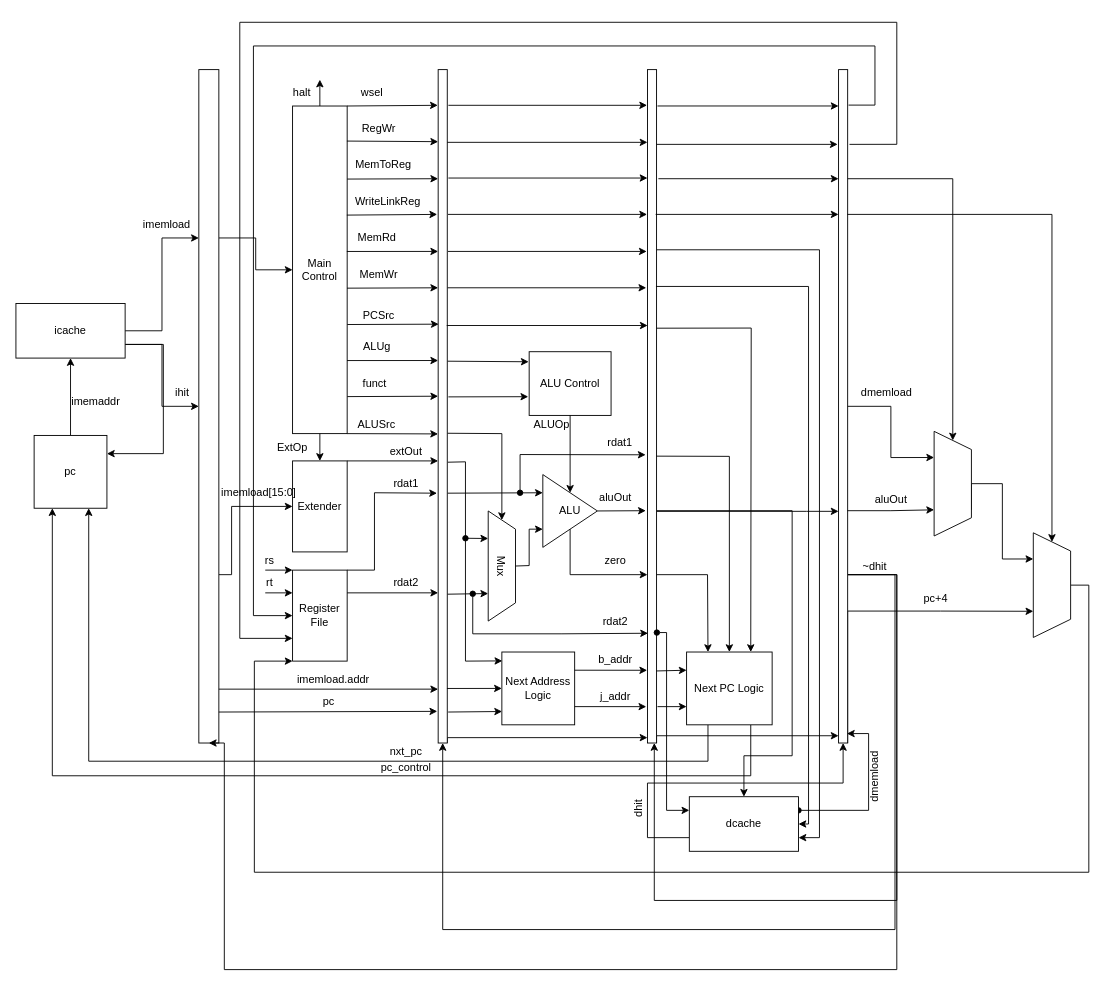
Before: Pipeline.drawio.xml in dsrasheed/ece437, a draw.io diagram. Source tidied: cells renumbered, new cells numbered last; positions are measured from the earlier drawing's top-left corner, leaving out a move shared by most shapes. Both pictures are drawn from the tidied source at 91%, with x=0, y=0 at pixel (15, 22).
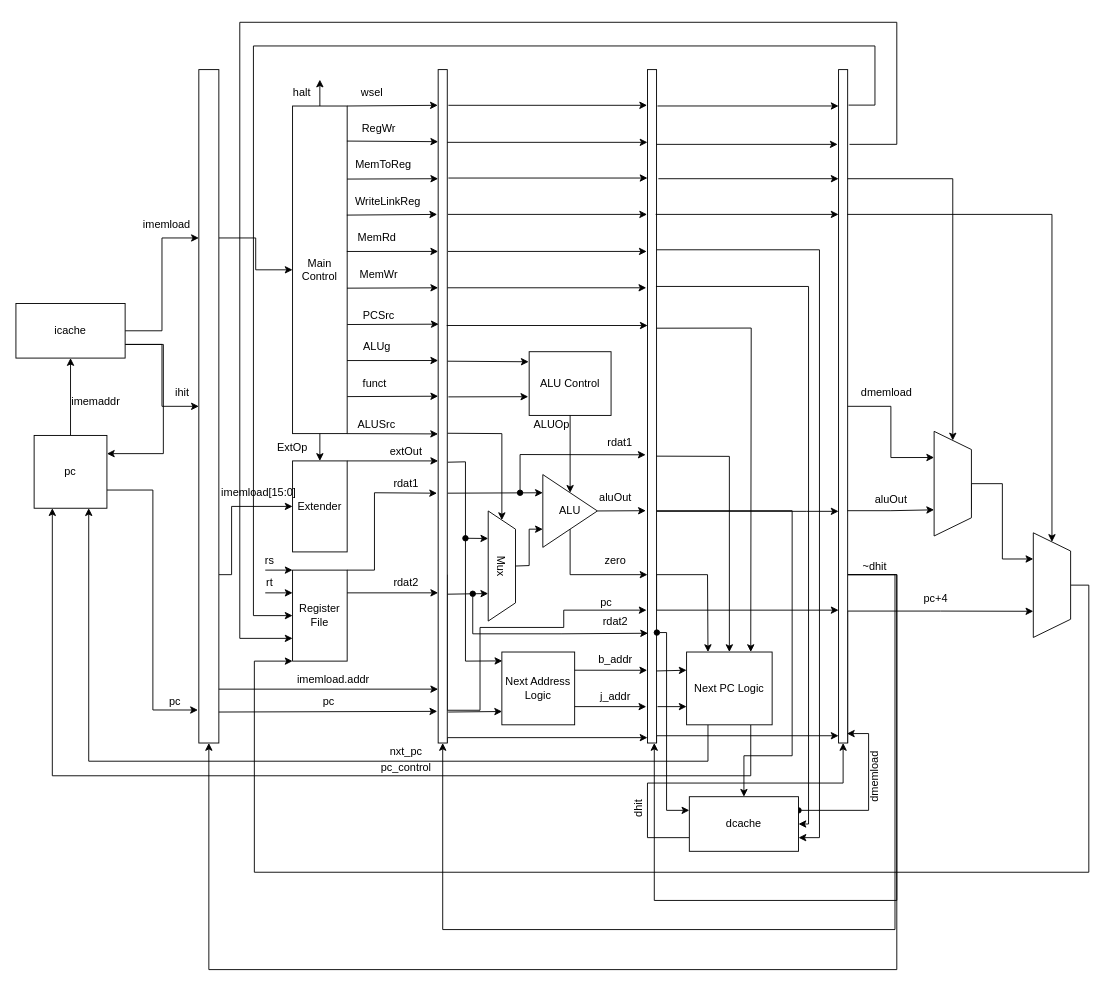
After the change.

Unchanged cells that the change refers to:
```xml
<mxCell id="4" style="rounded=0;whiteSpace=wrap;html=1;" parent="1" vertex="1">
  <mxGeometry x="201" y="52" width="22" height="740" as="geometry" />
</mxCell>
<mxCell id="25" style="rounded=0;whiteSpace=wrap;html=1;" parent="1" vertex="1">
  <mxGeometry x="464" y="52" width="10" height="740" as="geometry" />
</mxCell>
<mxCell id="43" style="rounded=0;whiteSpace=wrap;html=1;" parent="1" vertex="1">
  <mxGeometry x="694" y="52" width="10" height="740" as="geometry" />
</mxCell>
<mxCell id="78" value="Next Address Logic" style="whiteSpace=wrap;html=1;" parent="1" vertex="1">
  <mxGeometry x="534" y="692" width="80" height="80" as="geometry" />
</mxCell>
<mxCell id="92" style="rounded=0;whiteSpace=wrap;html=1;" parent="1" vertex="1">
  <mxGeometry x="904" y="52" width="10" height="740" as="geometry" />
</mxCell>
<mxCell id="122" value="pc" style="whiteSpace=wrap;html=1;" parent="1" vertex="1">
  <mxGeometry x="20" y="454" width="80" height="80" as="geometry" />
</mxCell>
```

Diff of the diagram source:
```diff
@@
+    <mxCell id="138" style="edgeStyle=orthogonalEdgeStyle;rounded=0;jettySize=auto;html=1;exitX=1;exitY=0.75;exitDx=0;exitDy=0;" parent="1" edge="1" source="25">
+      <mxGeometry relative="1" as="geometry">
+        <mxPoint x="693" y="646" as="targetPoint" />
+        <Array as="points">
+          <mxPoint x="474" y="756" />
+          <mxPoint x="510" y="756" />
+          <mxPoint x="510" y="665" />
+          <mxPoint x="602" y="665" />
+          <mxPoint x="602" y="646" />
+        </Array>
+      </mxGeometry>
+    </mxCell>
@@
+    <mxCell id="139" style="edgeStyle=orthogonalEdgeStyle;rounded=0;jettySize=auto;html=1;exitX=1;exitY=0.75;exitDx=0;exitDy=0;" parent="1" edge="1" source="43">
+      <mxGeometry relative="1" as="geometry">
+        <mxPoint x="904" y="646" as="targetPoint" />
+        <Array as="points">
+          <mxPoint x="704" y="646" />
+          <mxPoint x="904" y="646" />
+        </Array>
+      </mxGeometry>
+    </mxCell>
@@
-    <mxCell id="74" style="endArrow=classic;html=1;rounded=0;exitX=0.967;exitY=0.919;exitDx=0;exitDy=0;exitPerimeter=0;entryX=0;entryY=0.5;entryDx=0;entryDy=0;" parent="1" edge="1" source="25" target="78">
-      <mxGeometry relative="1" as="geometry" />
-    </mxCell>
@@
     <mxCell id="91" style="edgeStyle=orthogonalEdgeStyle;rounded=0;jettySize=auto;html=1;exitX=1;exitY=0.75;exitDx=0;exitDy=0;entryX=0.5;entryY=1;entryDx=0;entryDy=0;startArrow=none;startFill=0;" parent="1" edge="1" source="92" target="4">
       <mxGeometry relative="1" as="geometry">
         <Array as="points">
           <mxPoint x="968" y="607" />
           <mxPoint x="968" y="1041" />
-          <mxPoint x="229" y="1041" />
+          <mxPoint x="212" y="1041" />
         </Array>
       </mxGeometry>
     </mxCell>
@@
+    <mxCell id="140" style="edgeStyle=orthogonalEdgeStyle;rounded=0;jettySize=auto;html=1;exitX=1;exitY=0.75;exitDx=0;exitDy=0;entryX=-0.045;entryY=0.951;entryDx=0;entryDy=0;entryPerimeter=0;" parent="1" edge="1" source="122" target="4">
+      <mxGeometry relative="1" as="geometry" />
+    </mxCell>
@@
+    <mxCell id="141" value="pc" style="text;html=1;strokeColor=none;fillColor=none;align=center;verticalAlign=middle;whiteSpace=wrap;rounded=0;" parent="1" vertex="1">
+      <mxGeometry x="145" y="742" width="60" height="10" as="geometry" />
+    </mxCell>
+    <mxCell id="142" value="pc" style="text;html=1;strokeColor=none;fillColor=none;align=center;verticalAlign=middle;whiteSpace=wrap;rounded=0;" parent="1" vertex="1">
+      <mxGeometry x="619" y="633" width="60" height="10" as="geometry" />
+    </mxCell>
```
